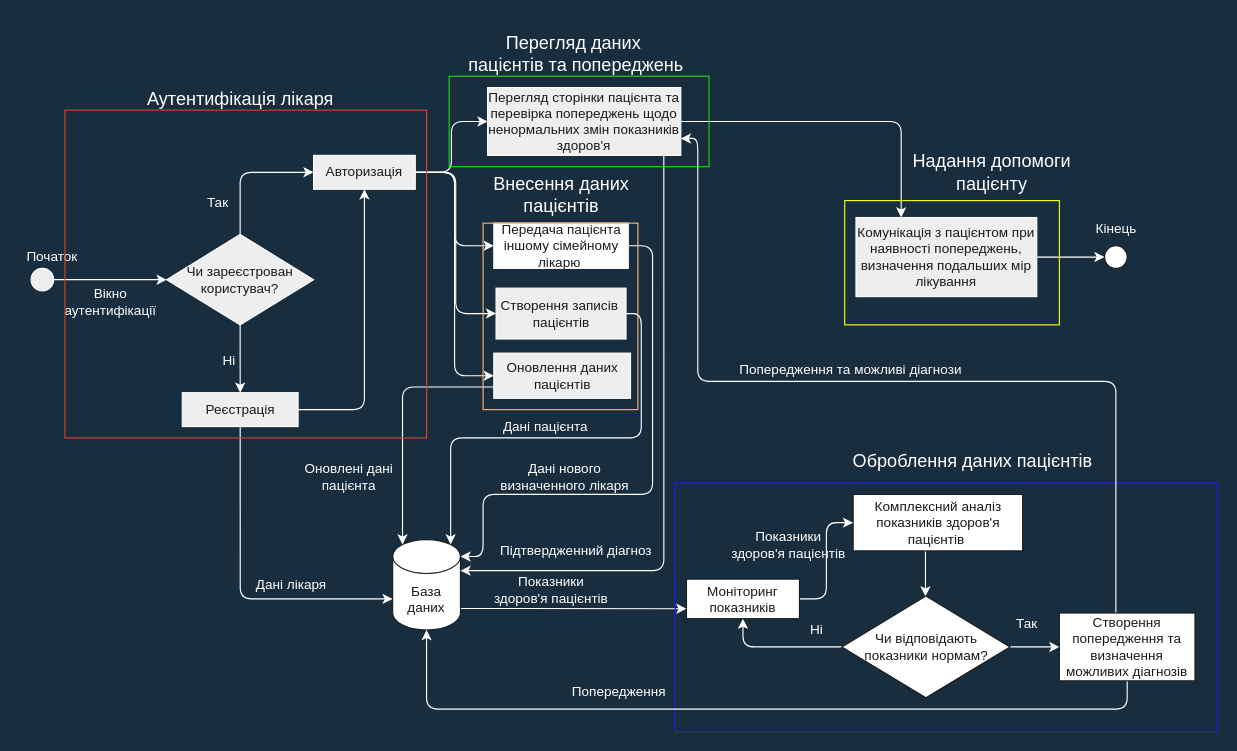
Above: Untitled Diagram.drawio in se4inilya/MAOKG (draw.io), before the change. Source tidied: cells renumbered, new cells numbered last; positions are measured from the earlier drawing's top-left corner, leaving out a move shared by most shapes. Both pictures are drawn from the tidied source at 113%, with x=0, y=0 at pixel (19, 31).
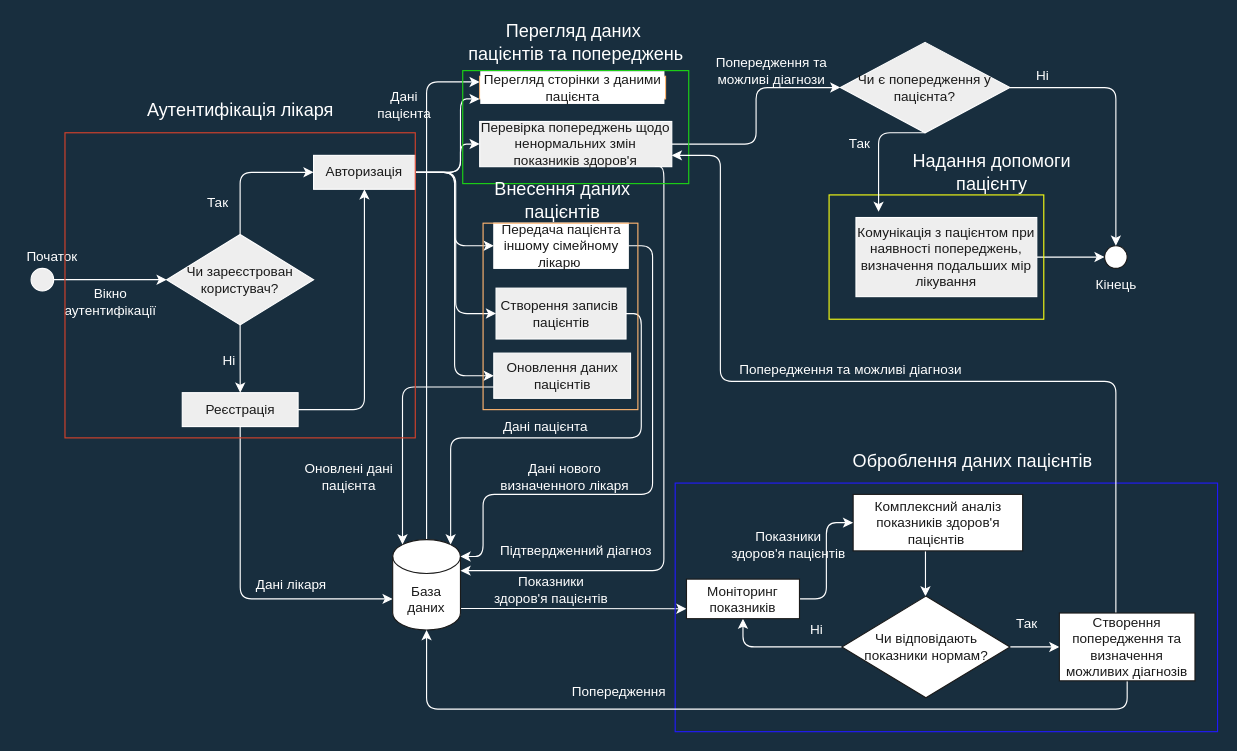
Above is the later version.

Unchanged cells that the change refers to:
```xml
<mxCell id="14" value="&lt;font color=&quot;#1a1a1a&quot;&gt;Авторизація&lt;/font&gt;" style="whiteSpace=wrap;html=1;fillColor=#EEEEEE;strokeColor=#FFFFFF;fontColor=#FFFFFF;rounded=0;sketch=0;" parent="1" vertex="1">
  <mxGeometry x="260" y="110" width="90" height="30" as="geometry" />
</mxCell>
<mxCell id="19" value="&lt;span style=&quot;background-color: rgb(255 , 255 , 255)&quot;&gt;База даних&lt;/span&gt;" style="shape=cylinder3;whiteSpace=wrap;html=1;boundedLbl=1;backgroundOutline=1;size=15;rounded=0;sketch=0;fontSize=12;fontColor=#1A1A1A;strokeColor=#1A1A1A;fillColor=#FFFFFF;" parent="1" vertex="1">
  <mxGeometry x="330" y="450" width="60" height="80" as="geometry" />
</mxCell>
<mxCell id="35" value="&lt;font color=&quot;#1a1a1a&quot;&gt;Комунікація з пацієнтом при наявності попереджень, визначення подальших мір лікування&lt;/font&gt;" style="whiteSpace=wrap;html=1;fillColor=#EEEEEE;strokeColor=#FFFFFF;fontColor=#FFFFFF;rounded=0;sketch=0;" parent="1" vertex="1">
  <mxGeometry x="740" y="165" width="160" height="70" as="geometry" />
</mxCell>
<mxCell id="36" style="ellipse;whiteSpace=wrap;html=1;rounded=0;labelBackgroundColor=#FFFFFF;sketch=0;fontSize=12;fontColor=#1A1A1A;strokeColor=#1A1A1A;fillColor=#FFFFFF;" parent="1" vertex="1">
  <mxGeometry x="960" y="190" width="20" height="20" as="geometry" />
</mxCell>
<mxCell id="55" value="Створення попередження та визначення можливих діагнозів" style="whiteSpace=wrap;html=1;fillColor=#FFFFFF;strokeColor=#1A1A1A;fontColor=#1A1A1A;rounded=0;sketch=0;" parent="1" vertex="1">
  <mxGeometry x="920" y="515" width="120" height="60" as="geometry" />
</mxCell>
```

Change to the diagram source:
```diff
@@
     <mxCell id="5" value="&lt;font style=&quot;font-size: 16px&quot;&gt;Аутентифікація лікаря&lt;/font&gt;" style="text;html=1;align=center;verticalAlign=middle;strokeColor=none;fillColor=none;fontColor=#FFFFFF;" parent="1" vertex="1">
-      <mxGeometry x="105" y="50" width="180" height="20" as="geometry" />
+      <mxGeometry x="105" y="60" width="180" height="20" as="geometry" />
     </mxCell>
@@
     <mxCell id="11" style="edgeStyle=orthogonalEdgeStyle;curved=0;rounded=1;sketch=0;jettySize=auto;html=1;entryX=0;entryY=0.5;entryDx=0;entryDy=0;fontSize=12;fontColor=#1A1A1A;strokeColor=#FFFFFF;" parent="1" edge="1" source="14" target="24">
-      <mxGeometry relative="1" as="geometry" />
+      <mxGeometry relative="1" as="geometry">
+        <Array as="points">
+          <mxPoint x="390" y="125" />
+          <mxPoint x="390" y="100" />
+        </Array>
+      </mxGeometry>
     </mxCell>
@@
+    <mxCell id="65" style="edgeStyle=orthogonalEdgeStyle;rounded=1;sketch=0;jettySize=auto;html=1;entryX=0;entryY=1;entryDx=0;entryDy=0;fontSize=12;fontColor=#FFFFFF;strokeColor=#FFFFFF;" parent="1" edge="1" source="14" target="68">
+      <mxGeometry relative="1" as="geometry">
+        <Array as="points">
+          <mxPoint x="390" y="125" />
+          <mxPoint x="390" y="60" />
+        </Array>
+      </mxGeometry>
+    </mxCell>
@@
+    <mxCell id="66" style="edgeStyle=orthogonalEdgeStyle;rounded=1;sketch=0;jettySize=auto;html=1;entryX=0;entryY=0.25;entryDx=0;entryDy=0;fontSize=12;fontColor=#1A1A1A;strokeColor=#FFFFFF;" parent="1" edge="1" source="19" target="68">
+      <mxGeometry relative="1" as="geometry">
+        <Array as="points">
+          <mxPoint x="360" y="45" />
+        </Array>
+      </mxGeometry>
+    </mxCell>
@@
-    <mxCell id="22" style="edgeStyle=orthogonalEdgeStyle;curved=0;rounded=1;sketch=0;jettySize=auto;html=1;fontSize=12;fontColor=#FFFFFF;strokeColor=#FFFFFF;entryX=0.25;entryY=0;entryDx=0;entryDy=0;" parent="1" edge="1" source="24" target="35">
-      <mxGeometry relative="1" as="geometry" />
-    </mxCell>
@@
+    <mxCell id="67" style="edgeStyle=orthogonalEdgeStyle;rounded=1;sketch=0;jettySize=auto;html=1;fontSize=12;fontColor=#FFFFFF;strokeColor=#FFFFFF;" parent="1" edge="1" source="24" target="73">
+      <mxGeometry relative="1" as="geometry" />
+    </mxCell>
-    <mxCell id="24" value="&lt;font color=&quot;#1a1a1a&quot;&gt;Перегляд сторінки пацієнта та перевірка попереджень щодо ненормальних змін показників здоров'я&lt;/font&gt;" style="whiteSpace=wrap;html=1;fillColor=#EEEEEE;strokeColor=#FFFFFF;fontColor=#FFFFFF;rounded=0;sketch=0;" parent="1" vertex="1">
-      <mxGeometry x="414" y="50" width="171" height="60" as="geometry" />
+    <mxCell id="24" value="&lt;span style=&quot;color: rgb(26 , 26 , 26)&quot;&gt;Перевірка попереджень щодо ненормальних змін показників здоров'я&lt;/span&gt;" style="whiteSpace=wrap;html=1;fillColor=#EEEEEE;strokeColor=#FFFFFF;fontColor=#FFFFFF;rounded=0;sketch=0;" parent="1" vertex="1">
+      <mxGeometry x="407" y="80" width="170" height="40" as="geometry" />
     </mxCell>
@@
     <mxCell id="37" value="&lt;font color=&quot;#ffffff&quot;&gt;Кінець&lt;br&gt;&lt;/font&gt;" style="text;html=1;align=center;verticalAlign=middle;strokeColor=none;fillColor=none;fontSize=12;fontColor=#1A1A1A;" parent="1" vertex="1">
-      <mxGeometry x="945" y="165" width="50" height="20" as="geometry" />
+      <mxGeometry x="945" y="215" width="50" height="20" as="geometry" />
     </mxCell>
@@
     <mxCell id="39" value="Перегляд даних&amp;nbsp;&lt;br&gt;пацієнтів та попереджень" style="text;html=1;align=center;verticalAlign=middle;strokeColor=none;fillColor=none;fontSize=16;fontColor=#FFFFFF;" parent="1" vertex="1">
-      <mxGeometry x="387" width="210" height="40" as="geometry" />
+      <mxGeometry x="387" y="-10" width="210" height="40" as="geometry" />
     </mxCell>
@@
     <mxCell id="41" style="rounded=0;labelBackgroundColor=default;sketch=0;fontSize=16;whiteSpace=wrap;html=1;fillColor=none;fontColor=#333333;strokeColor=#D6422B;gradientColor=none;" parent="1" vertex="1">
-      <mxGeometry x="40" y="70" width="320" height="290" as="geometry" />
+      <mxGeometry x="40" y="90" width="310" height="270" as="geometry" />
     </mxCell>
     <mxCell id="42" style="rounded=0;whiteSpace=wrap;html=1;labelBackgroundColor=default;sketch=0;fontSize=16;fontColor=#FFFFFF;strokeColor=#1CD615;fillColor=none;gradientColor=none;" parent="1" vertex="1">
-      <mxGeometry x="380" y="40" width="230" height="80" as="geometry" />
+      <mxGeometry x="392" y="35" width="200" height="100" as="geometry" />
     </mxCell>
     <mxCell id="43" style="rounded=0;whiteSpace=wrap;html=1;labelBackgroundColor=default;sketch=0;fontSize=16;fontColor=#FFFFFF;strokeColor=#F5FC14;fillColor=none;gradientColor=none;" parent="1" vertex="1">
-      <mxGeometry x="730" y="150" width="190" height="110" as="geometry" />
+      <mxGeometry x="716.2" y="145" width="190" height="110" as="geometry" />
     </mxCell>
@@
-    <mxCell id="54" style="edgeStyle=orthogonalEdgeStyle;rounded=1;sketch=0;jettySize=auto;html=1;entryX=1;entryY=0.75;entryDx=0;entryDy=0;fontSize=12;fontColor=#FFFFFF;strokeColor=#FFFFFF;" parent="1" edge="1" source="55" target="24">
+    <mxCell id="54" style="edgeStyle=orthogonalEdgeStyle;rounded=1;sketch=0;jettySize=auto;html=1;fontSize=12;fontColor=#FFFFFF;strokeColor=#FFFFFF;entryX=1;entryY=0.75;entryDx=0;entryDy=0;" parent="1" edge="1" source="55" target="24">
       <mxGeometry relative="1" as="geometry">
         <Array as="points">
           <mxPoint x="970" y="310" />
-          <mxPoint x="600" y="310" />
-          <mxPoint x="600" y="95" />
+          <mxPoint x="620" y="310" />
+          <mxPoint x="620" y="110" />
         </Array>
       </mxGeometry>
     </mxCell>
@@
     <mxCell id="63" value="&lt;span style=&quot;font-size: 16px&quot;&gt;Внесення даних&lt;/span&gt;&lt;br style=&quot;font-size: 16px&quot;&gt;&lt;span style=&quot;font-size: 16px&quot;&gt;пацієнтів&lt;/span&gt;" style="text;html=1;align=center;verticalAlign=middle;strokeColor=none;fillColor=none;fontSize=12;fontColor=#FFFFFF;" parent="1" vertex="1">
-      <mxGeometry x="409" y="130" width="140" height="30" as="geometry" />
+      <mxGeometry x="410" y="135" width="140" height="30" as="geometry" />
     </mxCell>
@@
+    <mxCell id="68" value="&lt;font color=&quot;#1a1a1a&quot;&gt;Перегляд сторінки з даними пацієнта&lt;/font&gt;" style="rounded=0;whiteSpace=wrap;html=1;labelBackgroundColor=default;sketch=0;fontSize=12;fontColor=#FFFFFF;strokeColor=#FFB570;fillColor=default;gradientColor=none;" parent="1" vertex="1">
+      <mxGeometry x="407" y="40" width="164.5" height="20" as="geometry" />
+    </mxCell>
+    <mxCell id="69" value="&lt;font color=&quot;#ffffff&quot;&gt;Дані &lt;br&gt;пацієнта&lt;/font&gt;" style="text;html=1;align=center;verticalAlign=middle;strokeColor=none;fillColor=none;fontSize=12;fontColor=#1A1A1A;" parent="1" vertex="1">
+      <mxGeometry x="310" y="50" width="60" height="30" as="geometry" />
+    </mxCell>
+    <mxCell id="70" value="Попередження та &lt;br&gt;можливі діагнози" style="text;html=1;align=center;verticalAlign=middle;strokeColor=none;fillColor=none;fontSize=12;fontColor=#FFFFFF;" parent="1" vertex="1">
+      <mxGeometry x="610" y="20" width="110" height="30" as="geometry" />
+    </mxCell>
+    <mxCell id="71" style="edgeStyle=orthogonalEdgeStyle;rounded=1;sketch=0;jettySize=auto;html=1;entryX=0.5;entryY=0;entryDx=0;entryDy=0;fontSize=12;fontColor=#1A1A1A;strokeColor=#FFFFFF;" parent="1" edge="1" source="73" target="36">
+      <mxGeometry relative="1" as="geometry" />
+    </mxCell>
+    <mxCell id="72" style="edgeStyle=orthogonalEdgeStyle;rounded=1;sketch=0;jettySize=auto;html=1;exitX=0.5;exitY=1;exitDx=0;exitDy=0;fontSize=12;fontColor=#1A1A1A;strokeColor=#FFFFFF;" parent="1" edge="1" source="73">
+      <mxGeometry relative="1" as="geometry">
+        <mxPoint x="760" y="160" as="targetPoint" />
+        <Array as="points">
+          <mxPoint x="760" y="90" />
+        </Array>
+      </mxGeometry>
+    </mxCell>
+    <mxCell id="73" value="&lt;font color=&quot;#1a1a1a&quot;&gt;Чи є попередження у пацієнта?&lt;/font&gt;" style="rhombus;whiteSpace=wrap;html=1;fillColor=#EEEEEE;strokeColor=#FFFFFF;fontColor=#FFFFFF;rounded=0;sketch=0;" parent="1" vertex="1">
+      <mxGeometry x="726.2" y="10" width="150" height="80" as="geometry" />
+    </mxCell>
+    <mxCell id="74" value="&lt;font color=&quot;#ffffff&quot;&gt;Так&lt;/font&gt;" style="text;html=1;align=center;verticalAlign=middle;strokeColor=none;fillColor=none;fontSize=12;fontColor=#1A1A1A;" parent="1" vertex="1">
+      <mxGeometry x="727.5" y="90" width="30" height="20" as="geometry" />
+    </mxCell>
+    <mxCell id="75" value="Ні" style="text;html=1;align=center;verticalAlign=middle;strokeColor=none;fillColor=none;fontSize=12;fontColor=#FFFFFF;" parent="1" vertex="1">
+      <mxGeometry x="890" y="30" width="30" height="20" as="geometry" />
+    </mxCell>
```
